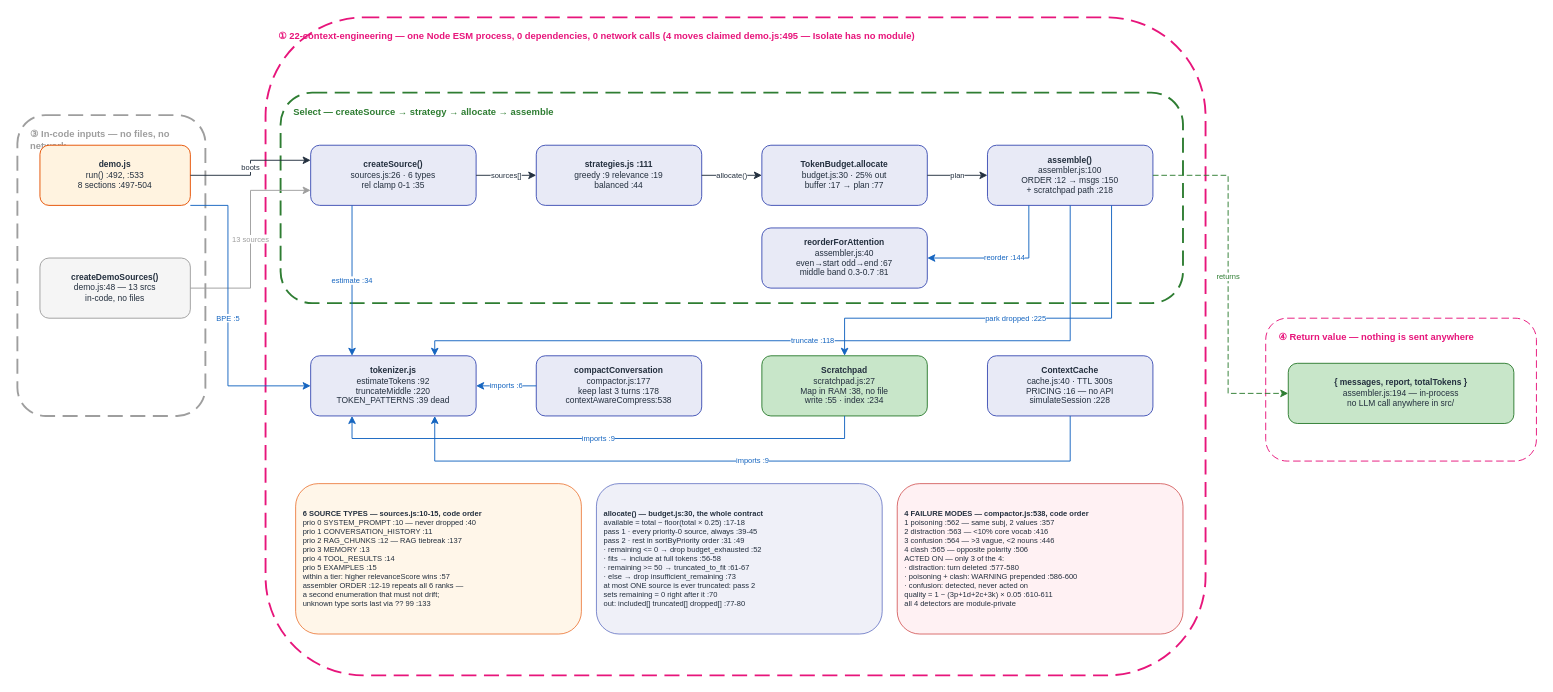
Before: docs/diagrams/context_eng_v1/HOA_ContextEngineering_v1.drawio in gmaheshraju/Hands-on-AgenticAI, a draw.io diagram. Source tidied: cells renumbered, new cells numbered last; positions are measured from the earlier drawing's top-left corner, leaving out a move shared by most shapes. Both pictures are drawn from the tidied source at 94%, with x=0, y=0 at pixel (17, 17).
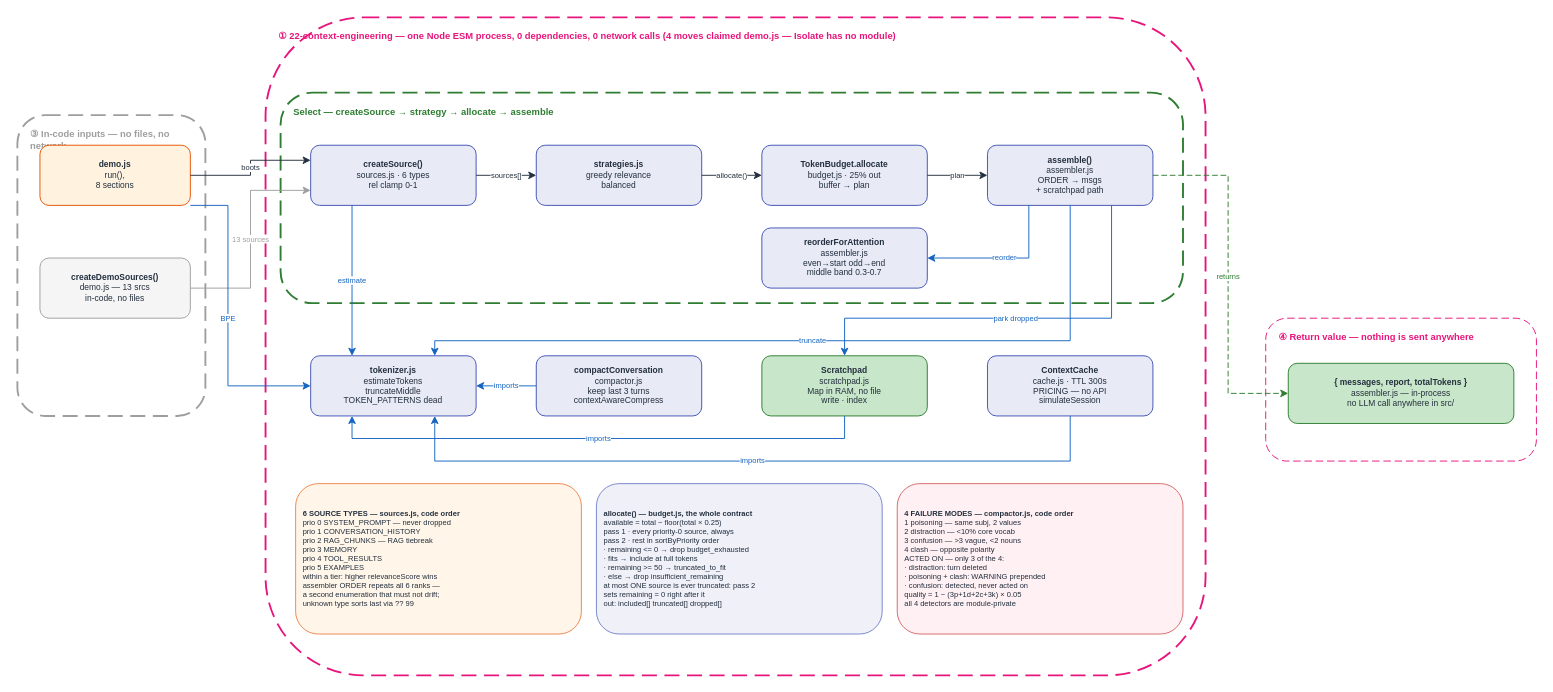
After the change.

What changed in the source:
```diff
@@
-    <mxCell id="5" value="① 22-context-engineering — one Node ESM process, 0 dependencies, 0 network calls (4 moves claimed demo.js:495 — Isolate has no module)" style="text;fontSize=10;fontStyle=1;fontColor=#E7157B;align=left;html=1;whiteSpace=wrap;" parent="1" vertex="1">
+    <mxCell id="5" value="① 22-context-engineering — one Node ESM process, 0 dependencies, 0 network calls (4 moves claimed demo.js — Isolate has no module)" style="text;fontSize=10;fontStyle=1;fontColor=#E7157B;align=left;html=1;whiteSpace=wrap;" parent="1" vertex="1">
       <mxGeometry x="276" y="8" width="984" height="16" as="geometry" />
     </mxCell>
@@
-    <mxCell id="10" value="&lt;b&gt;demo.js&lt;/b&gt;&lt;br&gt;run() :492, :533&lt;br&gt;8 sections :497-504" style="rounded=1;fillColor=#FFF3E0;strokeColor=#E65100;fontSize=9;fontColor=#232F3E;html=1;whiteSpace=wrap;align=center;" parent="1" vertex="1">
+    <mxCell id="10" value="&lt;b&gt;demo.js&lt;/b&gt;&lt;br&gt;run(),&lt;br&gt;8 sections" style="rounded=1;fillColor=#FFF3E0;strokeColor=#E65100;fontSize=9;fontColor=#232F3E;html=1;whiteSpace=wrap;align=center;" parent="1" vertex="1">
       <mxGeometry x="24" y="136" width="160" height="64" as="geometry" />
     </mxCell>
-    <mxCell id="11" value="&lt;b&gt;createDemoSources()&lt;/b&gt;&lt;br&gt;demo.js:48 — 13 srcs&lt;br&gt;in-code, no files" style="rounded=1;fillColor=#F5F5F5;strokeColor=#9E9E9E;fontSize=9;fontColor=#232F3E;html=1;whiteSpace=wrap;align=center;" parent="1" vertex="1">
+    <mxCell id="11" value="&lt;b&gt;createDemoSources()&lt;/b&gt;&lt;br&gt;demo.js — 13 srcs&lt;br&gt;in-code, no files" style="rounded=1;fillColor=#F5F5F5;strokeColor=#9E9E9E;fontSize=9;fontColor=#232F3E;html=1;whiteSpace=wrap;align=center;" parent="1" vertex="1">
       <mxGeometry x="24" y="256" width="160" height="64" as="geometry" />
     </mxCell>
-    <mxCell id="12" value="&lt;b&gt;createSource()&lt;/b&gt;&lt;br&gt;sources.js:26 · 6 types&lt;br&gt;rel clamp 0-1 :35" style="rounded=1;fillColor=#E8EAF6;strokeColor=#3F51B5;fontSize=9;fontColor=#232F3E;html=1;whiteSpace=wrap;align=center;" parent="1" vertex="1">
+    <mxCell id="12" value="&lt;b&gt;createSource()&lt;/b&gt;&lt;br&gt;sources.js · 6 types&lt;br&gt;rel clamp 0-1" style="rounded=1;fillColor=#E8EAF6;strokeColor=#3F51B5;fontSize=9;fontColor=#232F3E;html=1;whiteSpace=wrap;align=center;" parent="1" vertex="1">
       <mxGeometry x="312" y="136" width="176" height="64" as="geometry" />
     </mxCell>
-    <mxCell id="13" value="&lt;b&gt;strategies.js :111&lt;/b&gt;&lt;br&gt;greedy :9 relevance :19&lt;br&gt;balanced :44" style="rounded=1;fillColor=#E8EAF6;strokeColor=#3F51B5;fontSize=9;fontColor=#232F3E;html=1;whiteSpace=wrap;align=center;" parent="1" vertex="1">
+    <mxCell id="13" value="&lt;b&gt;strategies.js&lt;/b&gt;&lt;br&gt;greedy relevance&lt;br&gt;balanced" style="rounded=1;fillColor=#E8EAF6;strokeColor=#3F51B5;fontSize=9;fontColor=#232F3E;html=1;whiteSpace=wrap;align=center;" parent="1" vertex="1">
       <mxGeometry x="552" y="136" width="176" height="64" as="geometry" />
     </mxCell>
-    <mxCell id="14" value="&lt;b&gt;TokenBudget.allocate&lt;/b&gt;&lt;br&gt;budget.js:30 · 25% out&lt;br&gt;buffer :17 → plan :77" style="rounded=1;fillColor=#E8EAF6;strokeColor=#3F51B5;fontSize=9;fontColor=#232F3E;html=1;whiteSpace=wrap;align=center;" parent="1" vertex="1">
+    <mxCell id="14" value="&lt;b&gt;TokenBudget.allocate&lt;/b&gt;&lt;br&gt;budget.js · 25% out&lt;br&gt;buffer → plan" style="rounded=1;fillColor=#E8EAF6;strokeColor=#3F51B5;fontSize=9;fontColor=#232F3E;html=1;whiteSpace=wrap;align=center;" parent="1" vertex="1">
       <mxGeometry x="792" y="136" width="176" height="64" as="geometry" />
     </mxCell>
-    <mxCell id="15" value="&lt;b&gt;assemble()&lt;/b&gt;&lt;br&gt;assembler.js:100&lt;br&gt;ORDER :12 → msgs :150&lt;br&gt;+ scratchpad path :218" style="rounded=1;fillColor=#E8EAF6;strokeColor=#3F51B5;fontSize=9;fontColor=#232F3E;html=1;whiteSpace=wrap;align=center;" parent="1" vertex="1">
+    <mxCell id="15" value="&lt;b&gt;assemble()&lt;/b&gt;&lt;br&gt;assembler.js&lt;br&gt;ORDER → msgs&lt;br&gt;+ scratchpad path" style="rounded=1;fillColor=#E8EAF6;strokeColor=#3F51B5;fontSize=9;fontColor=#232F3E;html=1;whiteSpace=wrap;align=center;" parent="1" vertex="1">
       <mxGeometry x="1032" y="136" width="176" height="64" as="geometry" />
     </mxCell>
-    <mxCell id="16" value="&lt;b&gt;reorderForAttention&lt;/b&gt;&lt;br&gt;assembler.js:40&lt;br&gt;even→start odd→end :67&lt;br&gt;middle band 0.3-0.7 :81" style="rounded=1;fillColor=#E8EAF6;strokeColor=#3F51B5;fontSize=9;fontColor=#232F3E;html=1;whiteSpace=wrap;align=center;" parent="1" vertex="1">
+    <mxCell id="16" value="&lt;b&gt;reorderForAttention&lt;/b&gt;&lt;br&gt;assembler.js&lt;br&gt;even→start odd→end&lt;br&gt;middle band 0.3-0.7" style="rounded=1;fillColor=#E8EAF6;strokeColor=#3F51B5;fontSize=9;fontColor=#232F3E;html=1;whiteSpace=wrap;align=center;" parent="1" vertex="1">
       <mxGeometry x="792" y="224" width="176" height="64" as="geometry" />
     </mxCell>
-    <mxCell id="17" value="&lt;b&gt;tokenizer.js&lt;/b&gt;&lt;br&gt;estimateTokens :92&lt;br&gt;truncateMiddle :220&lt;br&gt;TOKEN_PATTERNS :39 dead" style="rounded=1;fillColor=#E8EAF6;strokeColor=#3F51B5;fontSize=9;fontColor=#232F3E;html=1;whiteSpace=wrap;align=center;" parent="1" vertex="1">
+    <mxCell id="17" value="&lt;b&gt;tokenizer.js&lt;/b&gt;&lt;br&gt;estimateTokens&lt;br&gt;truncateMiddle&lt;br&gt;TOKEN_PATTERNS dead" style="rounded=1;fillColor=#E8EAF6;strokeColor=#3F51B5;fontSize=9;fontColor=#232F3E;html=1;whiteSpace=wrap;align=center;" parent="1" vertex="1">
       <mxGeometry x="312" y="360" width="176" height="64" as="geometry" />
     </mxCell>
-    <mxCell id="18" value="&lt;b&gt;compactConversation&lt;/b&gt;&lt;br&gt;compactor.js:177&lt;br&gt;keep last 3 turns :178&lt;br&gt;contextAwareCompress:538" style="rounded=1;fillColor=#E8EAF6;strokeColor=#3F51B5;fontSize=9;fontColor=#232F3E;html=1;whiteSpace=wrap;align=center;" parent="1" vertex="1">
+    <mxCell id="18" value="&lt;b&gt;compactConversation&lt;/b&gt;&lt;br&gt;compactor.js&lt;br&gt;keep last 3 turns&lt;br&gt;contextAwareCompress" style="rounded=1;fillColor=#E8EAF6;strokeColor=#3F51B5;fontSize=9;fontColor=#232F3E;html=1;whiteSpace=wrap;align=center;" parent="1" vertex="1">
       <mxGeometry x="552" y="360" width="176" height="64" as="geometry" />
     </mxCell>
-    <mxCell id="19" value="&lt;b&gt;Scratchpad&lt;/b&gt;&lt;br&gt;scratchpad.js:27&lt;br&gt;Map in RAM :38, no file&lt;br&gt;write :55 · index :234" style="rounded=1;fillColor=#C8E6C9;strokeColor=#2E7D32;fontSize=9;fontColor=#232F3E;html=1;whiteSpace=wrap;align=center;" parent="1" vertex="1">
+    <mxCell id="19" value="&lt;b&gt;Scratchpad&lt;/b&gt;&lt;br&gt;scratchpad.js&lt;br&gt;Map in RAM, no file&lt;br&gt;write · index" style="rounded=1;fillColor=#C8E6C9;strokeColor=#2E7D32;fontSize=9;fontColor=#232F3E;html=1;whiteSpace=wrap;align=center;" parent="1" vertex="1">
       <mxGeometry x="792" y="360" width="176" height="64" as="geometry" />
     </mxCell>
-    <mxCell id="20" value="&lt;b&gt;ContextCache&lt;/b&gt;&lt;br&gt;cache.js:40 · TTL 300s&lt;br&gt;PRICING :16 — no API&lt;br&gt;simulateSession :228" style="rounded=1;fillColor=#E8EAF6;strokeColor=#3F51B5;fontSize=9;fontColor=#232F3E;html=1;whiteSpace=wrap;align=center;" parent="1" vertex="1">
+    <mxCell id="20" value="&lt;b&gt;ContextCache&lt;/b&gt;&lt;br&gt;cache.js · TTL 300s&lt;br&gt;PRICING — no API&lt;br&gt;simulateSession" style="rounded=1;fillColor=#E8EAF6;strokeColor=#3F51B5;fontSize=9;fontColor=#232F3E;html=1;whiteSpace=wrap;align=center;" parent="1" vertex="1">
       <mxGeometry x="1032" y="360" width="176" height="64" as="geometry" />
     </mxCell>
-    <mxCell id="21" value="&lt;b&gt;{ messages, report, totalTokens }&lt;/b&gt;&lt;br&gt;assembler.js:194 — in-process&lt;br&gt;no LLM call anywhere in src/" style="rounded=1;fillColor=#C8E6C9;strokeColor=#2E7D32;fontSize=9;fontColor=#232F3E;html=1;whiteSpace=wrap;align=center;" parent="1" vertex="1">
+    <mxCell id="21" value="&lt;b&gt;{ messages, report, totalTokens }&lt;/b&gt;&lt;br&gt;assembler.js — in-process&lt;br&gt;no LLM call anywhere in src/" style="rounded=1;fillColor=#C8E6C9;strokeColor=#2E7D32;fontSize=9;fontColor=#232F3E;html=1;whiteSpace=wrap;align=center;" parent="1" vertex="1">
       <mxGeometry x="1352" y="368" width="240" height="64" as="geometry" />
     </mxCell>
-    <mxCell id="22" value="&lt;b&gt;6 SOURCE TYPES — sources.js:10-15, code order&lt;/b&gt;&lt;br&gt;prio 0 SYSTEM_PROMPT :10 — never dropped :40&lt;br&gt;prio 1 CONVERSATION_HISTORY :11&lt;br&gt;prio 2 RAG_CHUNKS :12 — RAG tiebreak :137&lt;br&gt;prio 3 MEMORY :13&lt;br&gt;prio 4 TOOL_RESULTS :14&lt;br&gt;prio 5 EXAMPLES :15&lt;br&gt;within a tier: higher relevanceScore wins :57&lt;br&gt;assembler ORDER :12-19 repeats all 6 ranks —&lt;br&gt;a second enumeration that must not drift;&lt;br&gt;unknown type sorts last via ?? 99 :133" style="rounded=1;fillColor=#FFF3E0;strokeColor=#E65100;fontSize=8;fontColor=#232F3E;html=1;whiteSpace=wrap;align=left;spacingLeft=6;opacity=70;" parent="1" vertex="1">
+    <mxCell id="22" value="&lt;b&gt;6 SOURCE TYPES — sources.js, code order&lt;/b&gt;&lt;br&gt;prio 0 SYSTEM_PROMPT — never dropped&lt;br&gt;prio 1 CONVERSATION_HISTORY&lt;br&gt;prio 2 RAG_CHUNKS — RAG tiebreak&lt;br&gt;prio 3 MEMORY&lt;br&gt;prio 4 TOOL_RESULTS&lt;br&gt;prio 5 EXAMPLES&lt;br&gt;within a tier: higher relevanceScore wins&lt;br&gt;assembler ORDER repeats all 6 ranks —&lt;br&gt;a second enumeration that must not drift;&lt;br&gt;unknown type sorts last via ?? 99" style="rounded=1;fillColor=#FFF3E0;strokeColor=#E65100;fontSize=8;fontColor=#232F3E;html=1;whiteSpace=wrap;align=left;spacingLeft=6;opacity=70;" parent="1" vertex="1">
       <mxGeometry x="296" y="496" width="304" height="160" as="geometry" />
     </mxCell>
-    <mxCell id="23" value="&lt;b&gt;allocate() — budget.js:30, the whole contract&lt;/b&gt;&lt;br&gt;available = total − floor(total × 0.25) :17-18&lt;br&gt;pass 1 · every priority-0 source, always :39-45&lt;br&gt;pass 2 · rest in sortByPriority order :31 :49&lt;br&gt;· remaining &amp;lt;= 0 → drop budget_exhausted :52&lt;br&gt;· fits → include at full tokens :56-58&lt;br&gt;· remaining &amp;gt;= 50 → truncated_to_fit :61-67&lt;br&gt;· else → drop insufficient_remaining :73&lt;br&gt;at most ONE source is ever truncated: pass 2&lt;br&gt;sets remaining = 0 right after it :70&lt;br&gt;out: included[] truncated[] dropped[] :77-80" style="rounded=1;fillColor=#E8EAF6;strokeColor=#3F51B5;fontSize=8;fontColor=#232F3E;html=1;whiteSpace=wrap;align=left;spacingLeft=6;opacity=70;" parent="1" vertex="1">
+    <mxCell id="23" value="&lt;b&gt;allocate() — budget.js, the whole contract&lt;/b&gt;&lt;br&gt;available = total − floor(total × 0.25)&lt;br&gt;pass 1 · every priority-0 source, always&lt;br&gt;pass 2 · rest in sortByPriority order&lt;br&gt;· remaining &amp;lt;= 0 → drop budget_exhausted&lt;br&gt;· fits → include at full tokens&lt;br&gt;· remaining &amp;gt;= 50 → truncated_to_fit&lt;br&gt;· else → drop insufficient_remaining&lt;br&gt;at most ONE source is ever truncated: pass 2&lt;br&gt;sets remaining = 0 right after it&lt;br&gt;out: included[] truncated[] dropped[]" style="rounded=1;fillColor=#E8EAF6;strokeColor=#3F51B5;fontSize=8;fontColor=#232F3E;html=1;whiteSpace=wrap;align=left;spacingLeft=6;opacity=70;" parent="1" vertex="1">
       <mxGeometry x="616" y="496" width="304" height="160" as="geometry" />
     </mxCell>
-    <mxCell id="24" value="&lt;b&gt;4 FAILURE MODES — compactor.js:538, code order&lt;/b&gt;&lt;br&gt;1 poisoning :562 — same subj, 2 values :357&lt;br&gt;2 distraction :563 — &amp;lt;10% core vocab :416&lt;br&gt;3 confusion :564 — &amp;gt;3 vague, &amp;lt;2 nouns :446&lt;br&gt;4 clash :565 — opposite polarity :506&lt;br&gt;ACTED ON — only 3 of the 4:&lt;br&gt;· distraction: turn deleted :577-580&lt;br&gt;· poisoning + clash: WARNING prepended :586-600&lt;br&gt;· confusion: detected, never acted on&lt;br&gt;quality = 1 − (3p+1d+2c+3k) × 0.05 :610-611&lt;br&gt;all 4 detectors are module-private" style="rounded=1;fillColor=#FFEBEE;strokeColor=#C62828;fontSize=8;fontColor=#232F3E;html=1;whiteSpace=wrap;align=left;spacingLeft=6;opacity=70;" parent="1" vertex="1">
+    <mxCell id="24" value="&lt;b&gt;4 FAILURE MODES — compactor.js, code order&lt;/b&gt;&lt;br&gt;1 poisoning — same subj, 2 values&lt;br&gt;2 distraction — &amp;lt;10% core vocab&lt;br&gt;3 confusion — &amp;gt;3 vague, &amp;lt;2 nouns&lt;br&gt;4 clash — opposite polarity&lt;br&gt;ACTED ON — only 3 of the 4:&lt;br&gt;· distraction: turn deleted&lt;br&gt;· poisoning + clash: WARNING prepended&lt;br&gt;· confusion: detected, never acted on&lt;br&gt;quality = 1 − (3p+1d+2c+3k) × 0.05&lt;br&gt;all 4 detectors are module-private" style="rounded=1;fillColor=#FFEBEE;strokeColor=#C62828;fontSize=8;fontColor=#232F3E;html=1;whiteSpace=wrap;align=left;spacingLeft=6;opacity=70;" parent="1" vertex="1">
       <mxGeometry x="936" y="496" width="304" height="160" as="geometry" />
     </mxCell>
@@
-    <mxCell id="30" value="reorder :144" style="edgeStyle=orthogonalEdgeStyle;rounded=0;html=1;strokeColor=#1565C0;fontColor=#1565C0;fontSize=8;exitX=0.25;exitY=1;exitDx=0;exitDy=0;entryX=1;entryY=0.5;entryDx=0;entryDy=0;" parent="1" edge="1" source="15" target="16">
+    <mxCell id="30" value="reorder" style="edgeStyle=orthogonalEdgeStyle;rounded=0;html=1;strokeColor=#1565C0;fontColor=#1565C0;fontSize=8;exitX=0.25;exitY=1;exitDx=0;exitDy=0;entryX=1;entryY=0.5;entryDx=0;entryDy=0;" parent="1" edge="1" source="15" target="16">
       <mxGeometry relative="1" as="geometry">
         <Array as="points">
           <mxPoint x="1076" y="256" />
         </Array>
       </mxGeometry>
     </mxCell>
-    <mxCell id="31" value="park dropped :225" style="edgeStyle=orthogonalEdgeStyle;rounded=0;html=1;strokeColor=#1565C0;fontColor=#1565C0;fontSize=8;exitX=0.75;exitY=1;exitDx=0;exitDy=0;entryX=0.5;entryY=0;entryDx=0;entryDy=0;" parent="1" edge="1" source="15" target="19">
+    <mxCell id="31" value="park dropped" style="edgeStyle=orthogonalEdgeStyle;rounded=0;html=1;strokeColor=#1565C0;fontColor=#1565C0;fontSize=8;exitX=0.75;exitY=1;exitDx=0;exitDy=0;entryX=0.5;entryY=0;entryDx=0;entryDy=0;" parent="1" edge="1" source="15" target="19">
       <mxGeometry relative="1" as="geometry">
         <Array as="points">
           <mxPoint x="1164" y="320" />
           <mxPoint x="880" y="320" />
         </Array>
       </mxGeometry>
     </mxCell>
@@
-    <mxCell id="33" value="estimate :34" style="edgeStyle=orthogonalEdgeStyle;rounded=0;html=1;strokeColor=#1565C0;fontColor=#1565C0;fontSize=8;exitX=0.25;exitY=1;exitDx=0;exitDy=0;entryX=0.25;entryY=0;entryDx=0;entryDy=0;" parent="1" edge="1" source="12" target="17">
+    <mxCell id="33" value="estimate" style="edgeStyle=orthogonalEdgeStyle;rounded=0;html=1;strokeColor=#1565C0;fontColor=#1565C0;fontSize=8;exitX=0.25;exitY=1;exitDx=0;exitDy=0;entryX=0.25;entryY=0;entryDx=0;entryDy=0;" parent="1" edge="1" source="12" target="17">
       <mxGeometry relative="1" as="geometry" />
     </mxCell>
-    <mxCell id="34" value="truncate :118" style="edgeStyle=orthogonalEdgeStyle;rounded=0;html=1;strokeColor=#1565C0;fontColor=#1565C0;fontSize=8;exitX=0.5;exitY=1;exitDx=0;exitDy=0;entryX=0.75;entryY=0;entryDx=0;entryDy=0;" parent="1" edge="1" source="15" target="17">
+    <mxCell id="34" value="truncate" style="edgeStyle=orthogonalEdgeStyle;rounded=0;html=1;strokeColor=#1565C0;fontColor=#1565C0;fontSize=8;exitX=0.5;exitY=1;exitDx=0;exitDy=0;entryX=0.75;entryY=0;entryDx=0;entryDy=0;" parent="1" edge="1" source="15" target="17">
       <mxGeometry relative="1" as="geometry">
         <Array as="points">
           <mxPoint x="1120" y="344" />
           <mxPoint x="444" y="344" />
         </Array>
       </mxGeometry>
     </mxCell>
-    <mxCell id="35" value="BPE :5" style="edgeStyle=orthogonalEdgeStyle;rounded=0;html=1;strokeColor=#1565C0;fontColor=#1565C0;fontSize=8;exitX=1;exitY=1;exitDx=0;exitDy=0;entryX=0;entryY=0.5;entryDx=0;entryDy=0;" parent="1" edge="1" source="10" target="17">
+    <mxCell id="35" value="BPE" style="edgeStyle=orthogonalEdgeStyle;rounded=0;html=1;strokeColor=#1565C0;fontColor=#1565C0;fontSize=8;exitX=1;exitY=1;exitDx=0;exitDy=0;entryX=0;entryY=0.5;entryDx=0;entryDy=0;" parent="1" edge="1" source="10" target="17">
       <mxGeometry relative="1" as="geometry">
         <Array as="points">
           <mxPoint x="224" y="200" />
           <mxPoint x="224" y="392" />
         </Array>
       </mxGeometry>
     </mxCell>
-    <mxCell id="36" value="imports :6" style="edgeStyle=orthogonalEdgeStyle;rounded=0;html=1;strokeColor=#1565C0;fontColor=#1565C0;fontSize=8;exitX=0;exitY=0.5;exitDx=0;exitDy=0;entryX=1;entryY=0.5;entryDx=0;entryDy=0;" parent="1" edge="1" source="18" target="17">
+    <mxCell id="36" value="imports" style="edgeStyle=orthogonalEdgeStyle;rounded=0;html=1;strokeColor=#1565C0;fontColor=#1565C0;fontSize=8;exitX=0;exitY=0.5;exitDx=0;exitDy=0;entryX=1;entryY=0.5;entryDx=0;entryDy=0;" parent="1" edge="1" source="18" target="17">
       <mxGeometry relative="1" as="geometry" />
     </mxCell>
-    <mxCell id="37" value="imports :9" style="edgeStyle=orthogonalEdgeStyle;rounded=0;html=1;strokeColor=#1565C0;fontColor=#1565C0;fontSize=8;exitX=0.5;exitY=1;exitDx=0;exitDy=0;entryX=0.25;entryY=1;entryDx=0;entryDy=0;" parent="1" edge="1" source="19" target="17">
+    <mxCell id="37" value="imports" style="edgeStyle=orthogonalEdgeStyle;rounded=0;html=1;strokeColor=#1565C0;fontColor=#1565C0;fontSize=8;exitX=0.5;exitY=1;exitDx=0;exitDy=0;entryX=0.25;entryY=1;entryDx=0;entryDy=0;" parent="1" edge="1" source="19" target="17">
       <mxGeometry relative="1" as="geometry">
         <Array as="points">
           <mxPoint x="880" y="448" />
           <mxPoint x="356" y="448" />
         </Array>
       </mxGeometry>
     </mxCell>
-    <mxCell id="38" value="imports :9" style="edgeStyle=orthogonalEdgeStyle;rounded=0;html=1;strokeColor=#1565C0;fontColor=#1565C0;fontSize=8;exitX=0.5;exitY=1;exitDx=0;exitDy=0;entryX=0.75;entryY=1;entryDx=0;entryDy=0;" parent="1" edge="1" source="20" target="17">
+    <mxCell id="38" value="imports" style="edgeStyle=orthogonalEdgeStyle;rounded=0;html=1;strokeColor=#1565C0;fontColor=#1565C0;fontSize=8;exitX=0.5;exitY=1;exitDx=0;exitDy=0;entryX=0.75;entryY=1;entryDx=0;entryDy=0;" parent="1" edge="1" source="20" target="17">
       <mxGeometry relative="1" as="geometry">
         <Array as="points">
           <mxPoint x="1120" y="472" />
           <mxPoint x="444" y="472" />
         </Array>
       </mxGeometry>
     </mxCell>
```
